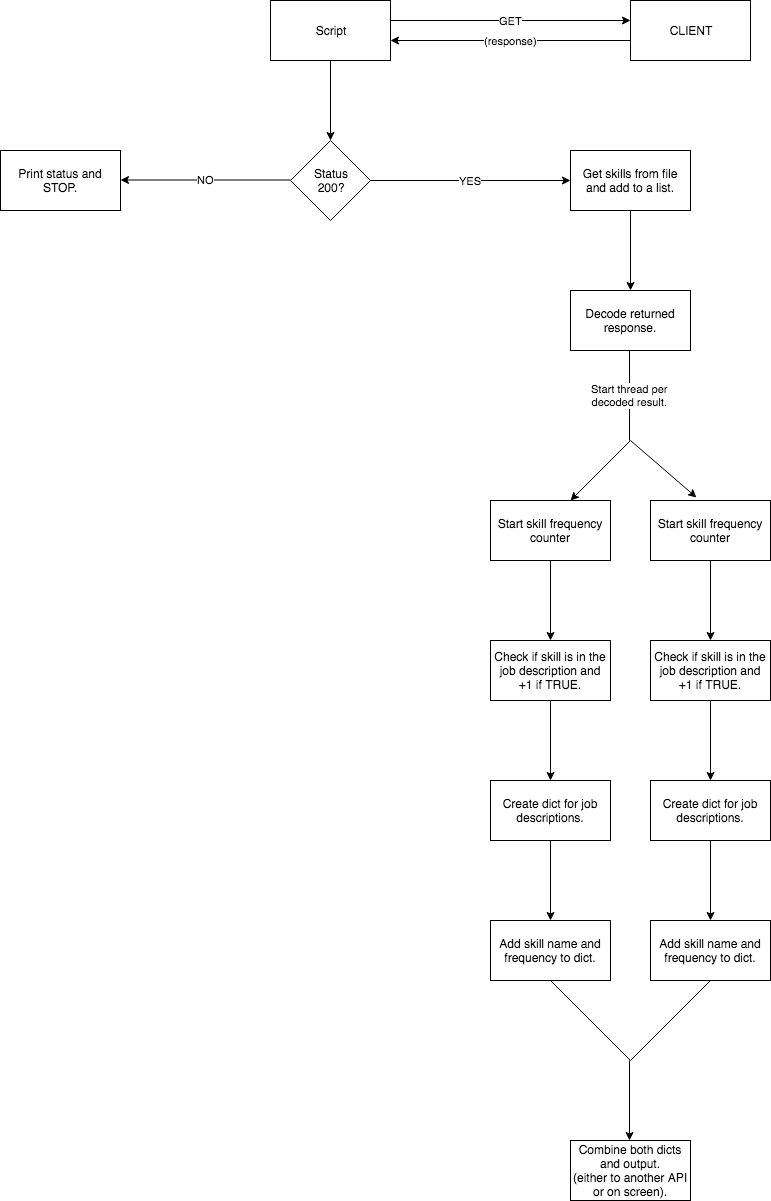
Before: diagram.png, a diagram exported from draw.io (dkspencer/python-developer). Source tidied: cells renumbered, new cells last; positions are measured from the earlier drawing's top-left corner, leaving out a move shared by most shapes.
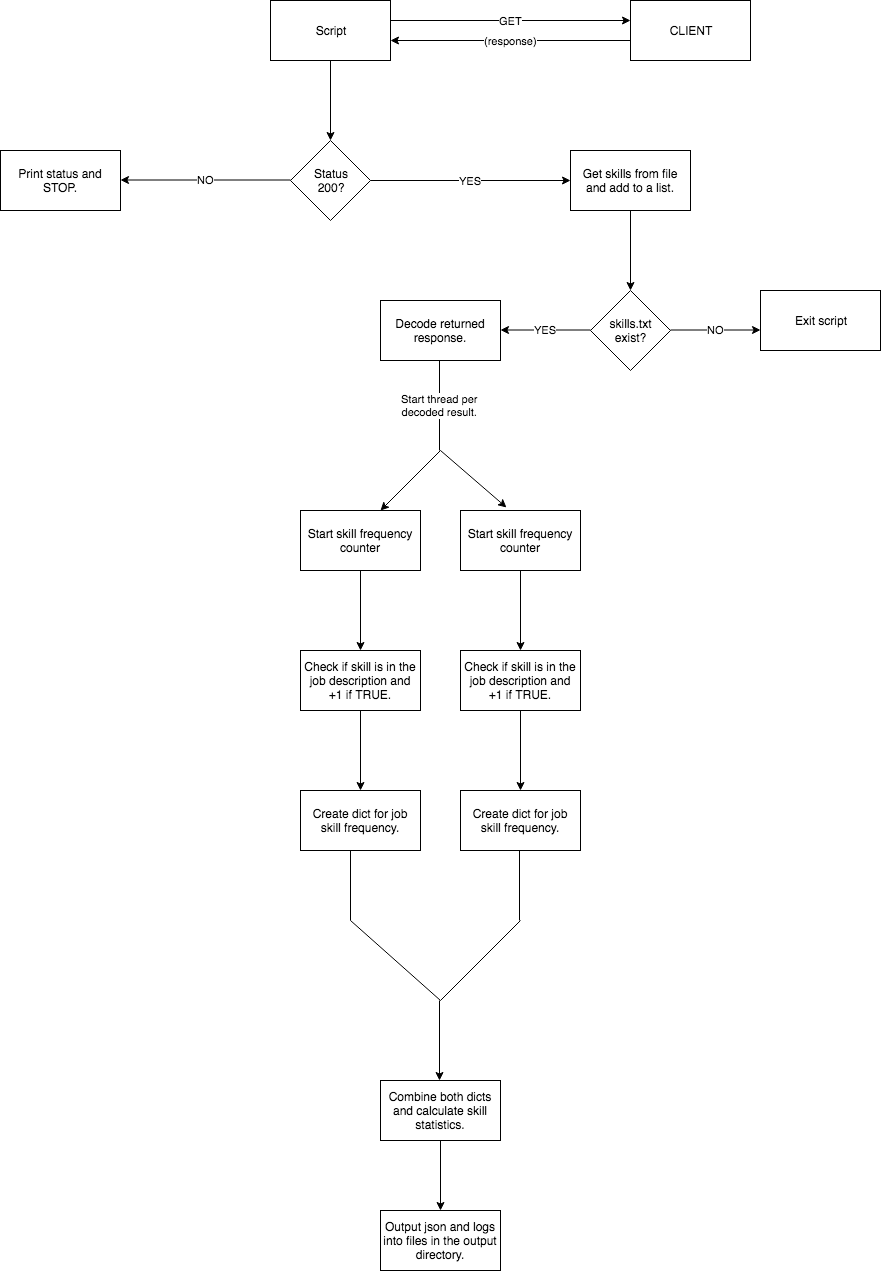
The same file after the commit.

Change to the diagram source:
```diff
@@ -4,50 +4,47 @@
     <mxCell id="1" parent="0" />
     <mxCell id="2" style="edgeStyle=orthogonalEdgeStyle;rounded=0;jettySize=auto;html=1;" parent="1" edge="1" source="3">
       <mxGeometry relative="1" as="geometry">
-        <mxPoint x="330" y="140" as="targetPoint" />
+        <mxPoint x="520" y="130" as="targetPoint" />
       </mxGeometry>
     </mxCell>
     <mxCell id="3" value="Script&lt;br&gt;" style="rounded=0;whiteSpace=wrap;html=1;" parent="1" vertex="1">
-      <mxGeometry x="270" width="120" height="60" as="geometry" />
+      <mxGeometry x="460" y="-10" width="120" height="60" as="geometry" />
     </mxCell>
     <mxCell id="4" value="CLIENT" style="rounded=0;whiteSpace=wrap;html=1;" parent="1" vertex="1">
-      <mxGeometry x="630" width="120" height="60" as="geometry" />
+      <mxGeometry x="820" y="-10" width="120" height="60" as="geometry" />
     </mxCell>
     <mxCell id="5" value="GET" style="endArrow=classic;html=1;" parent="1" edge="1">
       <mxGeometry relative="1" as="geometry">
-        <mxPoint x="390" y="20" as="sourcePoint" />
-        <mxPoint x="630" y="20" as="targetPoint" />
+        <mxPoint x="580" y="10" as="sourcePoint" />
+        <mxPoint x="820" y="10" as="targetPoint" />
       </mxGeometry>
     </mxCell>
     <mxCell id="6" value="(response)" style="endArrow=classic;html=1;" parent="1" edge="1">
       <mxGeometry relative="1" as="geometry">
-        <mxPoint x="630" y="40" as="sourcePoint" />
-        <mxPoint x="390" y="40" as="targetPoint" />
+        <mxPoint x="820" y="30" as="sourcePoint" />
+        <mxPoint x="580" y="30" as="targetPoint" />
       </mxGeometry>
     </mxCell>
     <mxCell id="7" value="Status&lt;br&gt;200?&lt;br&gt;" style="rhombus;whiteSpace=wrap;html=1;" parent="1" vertex="1">
-      <mxGeometry x="290" y="140" width="80" height="80" as="geometry" />
+      <mxGeometry x="480" y="130" width="80" height="80" as="geometry" />
     </mxCell>
     <mxCell id="8" value="Print status and STOP." style="rounded=0;whiteSpace=wrap;html=1;" parent="1" vertex="1">
-      <mxGeometry y="150" width="120" height="60" as="geometry" />
+      <mxGeometry x="190" y="140" width="120" height="60" as="geometry" />
     </mxCell>
     <mxCell id="9" value="NO" style="endArrow=classic;html=1;" parent="1" edge="1">
       <mxGeometry relative="1" as="geometry">
-        <mxPoint x="290" y="179.5" as="sourcePoint" />
-        <mxPoint x="120" y="179.5" as="targetPoint" />
+        <mxPoint x="480" y="169.5" as="sourcePoint" />
+        <mxPoint x="310" y="169.5" as="targetPoint" />
       </mxGeometry>
     </mxCell>
     <mxCell id="10" value="YES" style="endArrow=classic;html=1;" parent="1" edge="1">
       <mxGeometry relative="1" as="geometry">
-        <mxPoint x="370" y="180" as="sourcePoint" />
-        <mxPoint x="570" y="180" as="targetPoint" />
+        <mxPoint x="560" y="170" as="sourcePoint" />
+        <mxPoint x="760" y="170" as="targetPoint" />
       </mxGeometry>
     </mxCell>
-    <mxCell id="11" style="edgeStyle=orthogonalEdgeStyle;rounded=0;jettySize=auto;html=1;" parent="1" edge="1" source="12" target="13">
-      <mxGeometry relative="1" as="geometry" />
-    </mxCell>
     <mxCell id="12" value="Get skills from file and add to a list." style="rounded=0;whiteSpace=wrap;html=1;" parent="1" vertex="1">
-      <mxGeometry x="570" y="150" width="120" height="60" as="geometry" />
+      <mxGeometry x="760" y="140" width="120" height="60" as="geometry" />
     </mxCell>
     <mxCell id="13" value="Decode returned response." style="rounded=0;whiteSpace=wrap;html=1;" parent="1" vertex="1">
       <mxGeometry x="570" y="290" width="120" height="60" as="geometry" />
@@ -64,15 +61,9 @@
     <mxCell id="17" value="Check if skill is in the job description and +1 if TRUE." style="rounded=0;whiteSpace=wrap;html=1;" parent="1" vertex="1">
       <mxGeometry x="490" y="640" width="120" height="60" as="geometry" />
     </mxCell>
-    <mxCell id="18" style="edgeStyle=orthogonalEdgeStyle;rounded=0;jettySize=auto;html=1;" parent="1" edge="1" source="19" target="20">
-      <mxGeometry relative="1" as="geometry" />
-    </mxCell>
-    <mxCell id="19" value="Create dict for job descriptions." style="rounded=0;whiteSpace=wrap;html=1;" parent="1" vertex="1">
+    <mxCell id="19" value="Create dict for job skill frequency." style="rounded=0;whiteSpace=wrap;html=1;" parent="1" vertex="1">
       <mxGeometry x="490" y="780" width="120" height="60" as="geometry" />
     </mxCell>
-    <mxCell id="20" value="Add skill name and frequency to dict." style="rounded=0;whiteSpace=wrap;html=1;" parent="1" vertex="1">
-      <mxGeometry x="490" y="920" width="120" height="60" as="geometry" />
-    </mxCell>
     <mxCell id="21" value="Start thread per&lt;br&gt;decoded result." style="endArrow=none;html=1;" parent="1" edge="1">
       <mxGeometry relative="1" as="geometry">
         <mxPoint x="629" y="440" as="sourcePoint" />
@@ -103,35 +94,74 @@
     <mxCell id="27" value="Check if skill is in the job description and +1 if TRUE." style="rounded=0;whiteSpace=wrap;html=1;" parent="1" vertex="1">
       <mxGeometry x="650" y="640" width="120" height="60" as="geometry" />
     </mxCell>
-    <mxCell id="28" style="edgeStyle=orthogonalEdgeStyle;rounded=0;jettySize=auto;html=1;" parent="1" edge="1" source="29" target="30">
-      <mxGeometry relative="1" as="geometry" />
-    </mxCell>
-    <mxCell id="29" value="Create dict for job descriptions." style="rounded=0;whiteSpace=wrap;html=1;" parent="1" vertex="1">
+    <mxCell id="29" value="Create dict for job skill frequency." style="rounded=0;whiteSpace=wrap;html=1;" parent="1" vertex="1">
       <mxGeometry x="650" y="780" width="120" height="60" as="geometry" />
     </mxCell>
-    <mxCell id="30" value="Add skill name and frequency to dict." style="rounded=0;whiteSpace=wrap;html=1;" parent="1" vertex="1">
-      <mxGeometry x="650" y="920" width="120" height="60" as="geometry" />
-    </mxCell>
     <mxCell id="31" style="endArrow=classic;html=1;" parent="1" edge="1">
       <mxGeometry relative="1" as="geometry">
-        <mxPoint x="629" y="1060" as="sourcePoint" />
-        <mxPoint x="629" y="1140" as="targetPoint" />
+        <mxPoint x="629" y="990" as="sourcePoint" />
+        <mxPoint x="629" y="1070" as="targetPoint" />
       </mxGeometry>
     </mxCell>
     <mxCell id="32" style="endArrow=none;html=1;" parent="1" edge="1">
       <mxGeometry relative="1" as="geometry">
-        <mxPoint x="550" y="980" as="sourcePoint" />
-        <mxPoint x="630" y="1060" as="targetPoint" />
+        <mxPoint x="540" y="910" as="sourcePoint" />
+        <mxPoint x="630" y="990" as="targetPoint" />
       </mxGeometry>
     </mxCell>
     <mxCell id="33" style="endArrow=none;html=1;" parent="1" edge="1">
       <mxGeometry relative="1" as="geometry">
-        <mxPoint x="630" y="1060" as="sourcePoint" />
-        <mxPoint x="710" y="980" as="targetPoint" />
+        <mxPoint x="630" y="990" as="sourcePoint" />
+        <mxPoint x="710" y="910" as="targetPoint" />
       </mxGeometry>
     </mxCell>
-    <mxCell id="34" value="Combine both dicts and output.&lt;br&gt;(either to another API or on screen).&lt;br&gt;" style="rounded=0;whiteSpace=wrap;html=1;" parent="1" vertex="1">
-      <mxGeometry x="570" y="1140" width="120" height="60" as="geometry" />
+    <mxCell id="34" value="Combine both dicts and calculate skill statistics.&lt;br&gt;" style="rounded=0;whiteSpace=wrap;html=1;" parent="1" vertex="1">
+      <mxGeometry x="570" y="1070" width="120" height="60" as="geometry" />
     </mxCell>
+    <mxCell id="35" style="endArrow=classic;html=1;" parent="1" edge="1">
+      <mxGeometry relative="1" as="geometry">
+        <mxPoint x="820" y="200" as="sourcePoint" />
+        <mxPoint x="820" y="280" as="targetPoint" />
+      </mxGeometry>
+    </mxCell>
+    <mxCell id="36" value="skills.txt&lt;br&gt;exist?&lt;br&gt;" style="rhombus;whiteSpace=wrap;html=1;" parent="1" vertex="1">
+      <mxGeometry x="780" y="280" width="80" height="80" as="geometry" />
+    </mxCell>
+    <mxCell id="37" value="NO" style="endArrow=classic;html=1;" parent="1" edge="1">
+      <mxGeometry relative="1" as="geometry">
+        <mxPoint x="860" y="319.5" as="sourcePoint" />
+        <mxPoint x="950" y="319.5" as="targetPoint" />
+      </mxGeometry>
+    </mxCell>
+    <mxCell id="38" value="Exit script" style="rounded=0;whiteSpace=wrap;html=1;" parent="1" vertex="1">
+      <mxGeometry x="950" y="280" width="120" height="60" as="geometry" />
+    </mxCell>
+    <mxCell id="39" value="YES" style="endArrow=classic;html=1;" parent="1" edge="1">
+      <mxGeometry relative="1" as="geometry">
+        <mxPoint x="780" y="319.5" as="sourcePoint" />
+        <mxPoint x="690" y="319.5" as="targetPoint" />
+      </mxGeometry>
+    </mxCell>
+    <mxCell id="40" style="endArrow=none;html=1;" parent="1" edge="1">
+      <mxGeometry relative="1" as="geometry">
+        <mxPoint x="540" y="840" as="sourcePoint" />
+        <mxPoint x="540" y="910" as="targetPoint" />
+      </mxGeometry>
+    </mxCell>
+    <mxCell id="41" style="endArrow=none;html=1;" parent="1" edge="1">
+      <mxGeometry relative="1" as="geometry">
+        <mxPoint x="709" y="840" as="sourcePoint" />
+        <mxPoint x="709" y="910" as="targetPoint" />
+      </mxGeometry>
+    </mxCell>
+    <mxCell id="42" style="endArrow=classic;html=1;" parent="1" edge="1">
+      <mxGeometry relative="1" as="geometry">
+        <mxPoint x="630" y="1130" as="sourcePoint" />
+        <mxPoint x="630" y="1200" as="targetPoint" />
+      </mxGeometry>
+    </mxCell>
+    <mxCell id="43" value="Output json and logs into files in the output directory." style="rounded=0;whiteSpace=wrap;html=1;" parent="1" vertex="1">
+      <mxGeometry x="570" y="1200" width="120" height="60" as="geometry" />
+    </mxCell>
   </root>
 </mxGraphModel>
```
